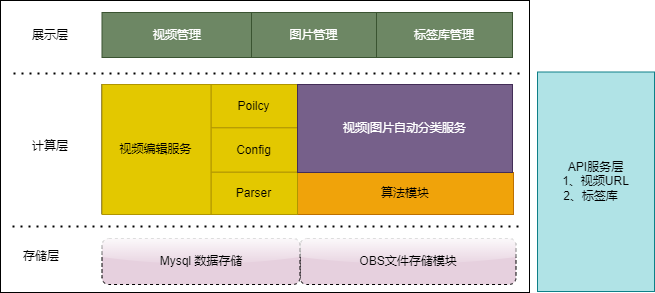
Earlier version of the draw.io export 未命名绘图.png (imtiqq/draw). Source tidied: cells renumbered, new cells last; positions are measured from the earlier drawing's top-left corner, leaving out a move shared by most shapes. Source of this version:
```xml
<mxGraphModel>
  <root>
    <mxCell id="0" />
    <mxCell id="1" parent="0" />
    <mxCell id="2" style="rounded=0;whiteSpace=wrap;html=1;" parent="1" vertex="1">
      <mxGeometry width="529" height="292" as="geometry" />
    </mxCell>
    <mxCell id="3" value="API服务层&lt;br&gt;1、视频URL&lt;br&gt;2、标签库&amp;nbsp; &amp;nbsp;" style="rounded=0;whiteSpace=wrap;html=1;fillColor=#b0e3e6;strokeColor=#0e8088;" parent="1" vertex="1">
      <mxGeometry x="537" y="71.5" width="117" height="219.5" as="geometry" />
    </mxCell>
    <mxCell id="4" value="视频管理" style="rounded=0;whiteSpace=wrap;html=1;fillColor=#6d8764;fontColor=#ffffff;strokeColor=#3A5431;" parent="1" vertex="1">
      <mxGeometry x="101.5" y="12" width="149.5" height="45" as="geometry" />
    </mxCell>
    <mxCell id="5" value="OBS文件存储模块" style="rounded=1;whiteSpace=wrap;html=1;shadow=0;glass=1;dashed=1;strokeWidth=1;fillColor=#E6D0DE;" parent="1" vertex="1">
      <mxGeometry x="299.5" y="238" width="216" height="46" as="geometry" />
    </mxCell>
    <mxCell id="6" value="图片管理" style="rounded=0;whiteSpace=wrap;html=1;fillColor=#6d8764;fontColor=#ffffff;strokeColor=#3A5431;" parent="1" vertex="1">
      <mxGeometry x="251" y="12" width="125" height="45" as="geometry" />
    </mxCell>
    <mxCell id="7" value="算法模块" style="rounded=0;whiteSpace=wrap;html=1;fillColor=#f0a30a;fontColor=#000000;strokeColor=#BD7000;" parent="1" vertex="1">
      <mxGeometry x="297" y="172" width="216" height="42" as="geometry" />
    </mxCell>
    <mxCell id="8" value="Mysql 数据存储" style="rounded=1;whiteSpace=wrap;html=1;shadow=0;glass=1;dashed=1;strokeWidth=1;fillColor=#E6D0DE;" parent="1" vertex="1">
      <mxGeometry x="101.5" y="238" width="198" height="46" as="geometry" />
    </mxCell>
    <mxCell id="9" style="group;" parent="1" vertex="1">
      <mxGeometry x="101.5" y="84" width="195.5" height="130" as="geometry" />
    </mxCell>
    <mxCell id="10" style="rounded=0;whiteSpace=wrap;html=1;" parent="9" vertex="1">
      <mxGeometry width="195.5" height="128.9" as="geometry" />
    </mxCell>
    <mxCell id="11" value="Poilcy" style="rounded=0;whiteSpace=wrap;html=1;fillColor=#e3c800;fontColor=#000000;strokeColor=#B09500;" parent="9" vertex="1">
      <mxGeometry x="109" width="86.5" height="43.3" as="geometry" />
    </mxCell>
    <mxCell id="12" value="Config" style="rounded=0;whiteSpace=wrap;html=1;fillColor=#e3c800;fontColor=#000000;strokeColor=#B09500;" parent="9" vertex="1">
      <mxGeometry x="109" y="43.3" width="86.5" height="44.4" as="geometry" />
    </mxCell>
    <mxCell id="13" value="Parser" style="rounded=0;whiteSpace=wrap;html=1;fillColor=#e3c800;fontColor=#000000;strokeColor=#B09500;" parent="9" vertex="1">
      <mxGeometry x="109" y="87.8" width="86.5" height="42.2" as="geometry" />
    </mxCell>
    <mxCell id="14" value="视频编辑服务" style="rounded=0;whiteSpace=wrap;html=1;fillColor=#e3c800;fontColor=#000000;strokeColor=#B09500;" parent="9" vertex="1">
      <mxGeometry width="109" height="130" as="geometry" />
    </mxCell>
    <mxCell id="15" value="标签库管理" style="rounded=0;whiteSpace=wrap;html=1;fillColor=#6d8764;fontColor=#ffffff;strokeColor=#3A5431;" parent="1" vertex="1">
      <mxGeometry x="376" y="12" width="136" height="45" as="geometry" />
    </mxCell>
    <mxCell id="16" value="视频|图片自动分类服务" style="rounded=0;whiteSpace=wrap;html=1;fillColor=#76608a;fontColor=#ffffff;strokeColor=#432D57;" parent="1" vertex="1">
      <mxGeometry x="297" y="84" width="215" height="88" as="geometry" />
    </mxCell>
    <mxCell id="17" style="endArrow=none;dashed=1;html=1;dashPattern=1 3;strokeWidth=2;rounded=0;" parent="1" edge="1">
      <mxGeometry relative="1" as="geometry">
        <mxPoint x="12" y="226.1" as="sourcePoint" />
        <mxPoint x="523" y="226" as="targetPoint" />
      </mxGeometry>
    </mxCell>
    <mxCell id="18" value="存储层" style="text;html=1;strokeColor=none;fillColor=none;align=center;verticalAlign=middle;whiteSpace=wrap;rounded=0;" parent="1" vertex="1">
      <mxGeometry x="11" y="241" width="60" height="30" as="geometry" />
    </mxCell>
    <mxCell id="19" style="endArrow=none;dashed=1;html=1;dashPattern=1 3;strokeWidth=2;rounded=0;" parent="1" edge="1">
      <mxGeometry relative="1" as="geometry">
        <mxPoint x="13" y="73.1" as="sourcePoint" />
        <mxPoint x="524" y="73" as="targetPoint" />
      </mxGeometry>
    </mxCell>
    <mxCell id="20" value="计算层" style="text;html=1;strokeColor=none;fillColor=none;align=center;verticalAlign=middle;whiteSpace=wrap;rounded=0;" parent="1" vertex="1">
      <mxGeometry x="20" y="131" width="60" height="30" as="geometry" />
    </mxCell>
    <mxCell id="21" value="展示层" style="text;html=1;strokeColor=none;fillColor=none;align=center;verticalAlign=middle;whiteSpace=wrap;rounded=0;" parent="1" vertex="1">
      <mxGeometry x="20" y="19.5" width="60" height="30" as="geometry" />
    </mxCell>
  </root>
</mxGraphModel>
```
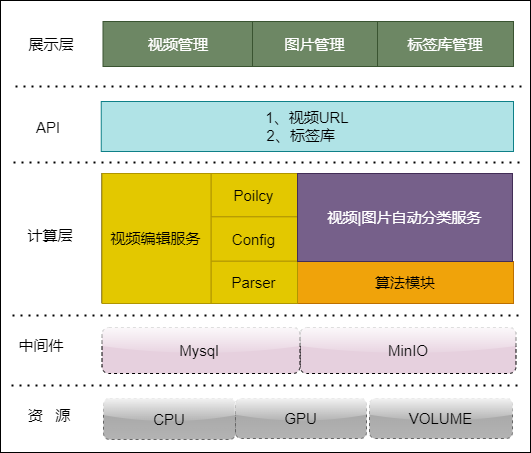
Later version of the same file.

Commit message:
视频自动化分类.png

Diff of the diagram source:
```diff
@@ -2,71 +2,98 @@
   <root>
     <mxCell id="0" />
     <mxCell id="1" parent="0" />
-    <mxCell id="2" style="rounded=0;whiteSpace=wrap;html=1;" parent="1" vertex="1">
-      <mxGeometry width="529" height="292" as="geometry" />
+    <mxCell id="2" style="rounded=0;whiteSpace=wrap;html=1;fontSize=15;" parent="1" vertex="1">
+      <mxGeometry y="-89" width="530" height="452" as="geometry" />
     </mxCell>
-    <mxCell id="3" value="API服务层&lt;br&gt;1、视频URL&lt;br&gt;2、标签库&amp;nbsp; &amp;nbsp;" style="rounded=0;whiteSpace=wrap;html=1;fillColor=#b0e3e6;strokeColor=#0e8088;" parent="1" vertex="1">
-      <mxGeometry x="537" y="71.5" width="117" height="219.5" as="geometry" />
-    </mxCell>
-    <mxCell id="4" value="视频管理" style="rounded=0;whiteSpace=wrap;html=1;fillColor=#6d8764;fontColor=#ffffff;strokeColor=#3A5431;" parent="1" vertex="1">
-      <mxGeometry x="101.5" y="12" width="149.5" height="45" as="geometry" />
+    <mxCell id="4" value="视频管理" style="rounded=0;whiteSpace=wrap;html=1;fillColor=#6d8764;fontColor=#ffffff;strokeColor=#3A5431;fontSize=15;" parent="1" vertex="1">
+      <mxGeometry x="102.5" y="-68" width="149.5" height="45" as="geometry" />
     </mxCell>
-    <mxCell id="5" value="OBS文件存储模块" style="rounded=1;whiteSpace=wrap;html=1;shadow=0;glass=1;dashed=1;strokeWidth=1;fillColor=#E6D0DE;" parent="1" vertex="1">
+    <mxCell id="5" value="MinIO" style="rounded=1;whiteSpace=wrap;html=1;shadow=0;glass=1;dashed=1;strokeWidth=1;fillColor=#E6D0DE;fontSize=15;" parent="1" vertex="1">
       <mxGeometry x="299.5" y="238" width="216" height="46" as="geometry" />
     </mxCell>
-    <mxCell id="6" value="图片管理" style="rounded=0;whiteSpace=wrap;html=1;fillColor=#6d8764;fontColor=#ffffff;strokeColor=#3A5431;" parent="1" vertex="1">
-      <mxGeometry x="251" y="12" width="125" height="45" as="geometry" />
+    <mxCell id="6" value="图片管理" style="rounded=0;whiteSpace=wrap;html=1;fillColor=#6d8764;fontColor=#ffffff;strokeColor=#3A5431;fontSize=15;" parent="1" vertex="1">
+      <mxGeometry x="252" y="-68" width="125" height="45" as="geometry" />
     </mxCell>
-    <mxCell id="7" value="算法模块" style="rounded=0;whiteSpace=wrap;html=1;fillColor=#f0a30a;fontColor=#000000;strokeColor=#BD7000;" parent="1" vertex="1">
+    <mxCell id="7" value="算法模块" style="rounded=0;whiteSpace=wrap;html=1;fillColor=#f0a30a;fontColor=#000000;strokeColor=#BD7000;fontSize=15;" parent="1" vertex="1">
       <mxGeometry x="297" y="172" width="216" height="42" as="geometry" />
     </mxCell>
-    <mxCell id="8" value="Mysql 数据存储" style="rounded=1;whiteSpace=wrap;html=1;shadow=0;glass=1;dashed=1;strokeWidth=1;fillColor=#E6D0DE;" parent="1" vertex="1">
+    <mxCell id="8" value="Mysql&amp;nbsp;" style="rounded=1;whiteSpace=wrap;html=1;shadow=0;glass=1;dashed=1;strokeWidth=1;fillColor=#E6D0DE;fontSize=15;" parent="1" vertex="1">
       <mxGeometry x="101.5" y="238" width="198" height="46" as="geometry" />
     </mxCell>
-    <mxCell id="9" style="group;" parent="1" vertex="1">
-      <mxGeometry x="101.5" y="84" width="195.5" height="130" as="geometry" />
+    <mxCell id="9" style="group;fontSize=15;" parent="1" vertex="1">
+      <mxGeometry x="101.5" y="84" width="410" height="130" as="geometry" />
     </mxCell>
-    <mxCell id="10" style="rounded=0;whiteSpace=wrap;html=1;" parent="9" vertex="1">
+    <mxCell id="10" style="rounded=0;whiteSpace=wrap;html=1;fontSize=15;" parent="9" vertex="1">
       <mxGeometry width="195.5" height="128.9" as="geometry" />
     </mxCell>
-    <mxCell id="11" value="Poilcy" style="rounded=0;whiteSpace=wrap;html=1;fillColor=#e3c800;fontColor=#000000;strokeColor=#B09500;" parent="9" vertex="1">
+    <mxCell id="11" value="Poilcy" style="rounded=0;whiteSpace=wrap;html=1;fillColor=#e3c800;fontColor=#000000;strokeColor=#B09500;fontSize=15;" parent="9" vertex="1">
       <mxGeometry x="109" width="86.5" height="43.3" as="geometry" />
     </mxCell>
-    <mxCell id="12" value="Config" style="rounded=0;whiteSpace=wrap;html=1;fillColor=#e3c800;fontColor=#000000;strokeColor=#B09500;" parent="9" vertex="1">
+    <mxCell id="12" value="Config" style="rounded=0;whiteSpace=wrap;html=1;fillColor=#e3c800;fontColor=#000000;strokeColor=#B09500;fontSize=15;" parent="9" vertex="1">
       <mxGeometry x="109" y="43.3" width="86.5" height="44.4" as="geometry" />
     </mxCell>
-    <mxCell id="13" value="Parser" style="rounded=0;whiteSpace=wrap;html=1;fillColor=#e3c800;fontColor=#000000;strokeColor=#B09500;" parent="9" vertex="1">
+    <mxCell id="13" value="Parser" style="rounded=0;whiteSpace=wrap;html=1;fillColor=#e3c800;fontColor=#000000;strokeColor=#B09500;fontSize=15;" parent="9" vertex="1">
       <mxGeometry x="109" y="87.8" width="86.5" height="42.2" as="geometry" />
     </mxCell>
-    <mxCell id="14" value="视频编辑服务" style="rounded=0;whiteSpace=wrap;html=1;fillColor=#e3c800;fontColor=#000000;strokeColor=#B09500;" parent="9" vertex="1">
+    <mxCell id="14" value="视频编辑服务" style="rounded=0;whiteSpace=wrap;html=1;fillColor=#e3c800;fontColor=#000000;strokeColor=#B09500;fontSize=15;" parent="9" vertex="1">
       <mxGeometry width="109" height="130" as="geometry" />
     </mxCell>
-    <mxCell id="15" value="标签库管理" style="rounded=0;whiteSpace=wrap;html=1;fillColor=#6d8764;fontColor=#ffffff;strokeColor=#3A5431;" parent="1" vertex="1">
-      <mxGeometry x="376" y="12" width="136" height="45" as="geometry" />
+    <mxCell id="15" value="标签库管理" style="rounded=0;whiteSpace=wrap;html=1;fillColor=#6d8764;fontColor=#ffffff;strokeColor=#3A5431;fontSize=15;" parent="1" vertex="1">
+      <mxGeometry x="377" y="-68" width="136" height="45" as="geometry" />
     </mxCell>
-    <mxCell id="16" value="视频|图片自动分类服务" style="rounded=0;whiteSpace=wrap;html=1;fillColor=#76608a;fontColor=#ffffff;strokeColor=#432D57;" parent="1" vertex="1">
+    <mxCell id="16" value="视频|图片自动分类服务" style="rounded=0;whiteSpace=wrap;html=1;fillColor=#76608a;fontColor=#ffffff;strokeColor=#432D57;fontSize=15;" parent="1" vertex="1">
       <mxGeometry x="297" y="84" width="215" height="88" as="geometry" />
     </mxCell>
-    <mxCell id="17" style="endArrow=none;dashed=1;html=1;dashPattern=1 3;strokeWidth=2;rounded=0;" parent="1" edge="1">
+    <mxCell id="17" style="endArrow=none;dashed=1;html=1;dashPattern=1 3;strokeWidth=2;rounded=0;fontSize=15;" parent="1" edge="1">
       <mxGeometry relative="1" as="geometry">
         <mxPoint x="12" y="226.1" as="sourcePoint" />
         <mxPoint x="523" y="226" as="targetPoint" />
       </mxGeometry>
     </mxCell>
-    <mxCell id="18" value="存储层" style="text;html=1;strokeColor=none;fillColor=none;align=center;verticalAlign=middle;whiteSpace=wrap;rounded=0;" parent="1" vertex="1">
+    <mxCell id="18" value="中间件" style="text;html=1;strokeColor=none;fillColor=none;align=center;verticalAlign=middle;whiteSpace=wrap;rounded=0;fontSize=15;" parent="1" vertex="1">
       <mxGeometry x="11" y="241" width="60" height="30" as="geometry" />
     </mxCell>
-    <mxCell id="19" style="endArrow=none;dashed=1;html=1;dashPattern=1 3;strokeWidth=2;rounded=0;" parent="1" edge="1">
+    <mxCell id="19" style="endArrow=none;dashed=1;html=1;dashPattern=1 3;strokeWidth=2;rounded=0;fontSize=15;" parent="1" edge="1">
       <mxGeometry relative="1" as="geometry">
         <mxPoint x="13" y="73.1" as="sourcePoint" />
         <mxPoint x="524" y="73" as="targetPoint" />
       </mxGeometry>
     </mxCell>
-    <mxCell id="20" value="计算层" style="text;html=1;strokeColor=none;fillColor=none;align=center;verticalAlign=middle;whiteSpace=wrap;rounded=0;" parent="1" vertex="1">
+    <mxCell id="20" value="计算层" style="text;html=1;strokeColor=none;fillColor=none;align=center;verticalAlign=middle;whiteSpace=wrap;rounded=0;fontSize=15;" parent="1" vertex="1">
       <mxGeometry x="20" y="131" width="60" height="30" as="geometry" />
     </mxCell>
-    <mxCell id="21" value="展示层" style="text;html=1;strokeColor=none;fillColor=none;align=center;verticalAlign=middle;whiteSpace=wrap;rounded=0;" parent="1" vertex="1">
-      <mxGeometry x="20" y="19.5" width="60" height="30" as="geometry" />
+    <mxCell id="21" value="展示层" style="text;html=1;strokeColor=none;fillColor=none;align=center;verticalAlign=middle;whiteSpace=wrap;rounded=0;fontSize=15;" parent="1" vertex="1">
+      <mxGeometry x="21" y="-60.5" width="60" height="30" as="geometry" />
     </mxCell>
+    <mxCell id="22" style="endArrow=none;dashed=1;html=1;dashPattern=1 3;strokeWidth=2;rounded=0;fontSize=15;" parent="1" edge="1">
+      <mxGeometry relative="1" as="geometry">
+        <mxPoint x="11" y="296.1" as="sourcePoint" />
+        <mxPoint x="522" y="296" as="targetPoint" />
+      </mxGeometry>
+    </mxCell>
+    <mxCell id="23" value="资&amp;nbsp; &amp;nbsp;源" style="text;html=1;strokeColor=none;fillColor=none;align=center;verticalAlign=middle;whiteSpace=wrap;rounded=0;fontSize=15;" parent="1" vertex="1">
+      <mxGeometry x="19" y="311" width="60" height="30" as="geometry" />
+    </mxCell>
+    <mxCell id="24" value="CPU" style="rounded=1;whiteSpace=wrap;html=1;shadow=0;glass=1;dashed=1;strokeWidth=1;fillColor=#A3A3A3;gradientColor=#b3b3b3;strokeColor=#666666;fontSize=15;" parent="1" vertex="1">
+      <mxGeometry x="103" y="309" width="132" height="41" as="geometry" />
+    </mxCell>
+    <mxCell id="25" value="GPU" style="rounded=1;whiteSpace=wrap;html=1;shadow=0;glass=1;dashed=1;strokeWidth=1;fillColor=#A3A3A3;gradientColor=#b3b3b3;strokeColor=#666666;fontSize=15;" parent="1" vertex="1">
+      <mxGeometry x="235" y="309" width="131" height="40" as="geometry" />
+    </mxCell>
+    <mxCell id="26" value="VOLUME" style="rounded=1;whiteSpace=wrap;html=1;shadow=0;glass=1;dashed=1;strokeWidth=1;fillColor=#A3A3A3;gradientColor=#b3b3b3;strokeColor=#666666;fontSize=15;" parent="1" vertex="1">
+      <mxGeometry x="369" y="309" width="143" height="40" as="geometry" />
+    </mxCell>
+    <mxCell id="27" style="endArrow=none;dashed=1;html=1;dashPattern=1 3;strokeWidth=2;rounded=0;fontSize=15;" parent="1" edge="1">
+      <mxGeometry relative="1" as="geometry">
+        <mxPoint x="15" y="-2.9" as="sourcePoint" />
+        <mxPoint x="526" y="-3" as="targetPoint" />
+      </mxGeometry>
+    </mxCell>
+    <mxCell id="28" value="API" style="text;html=1;strokeColor=none;fillColor=none;align=center;verticalAlign=middle;whiteSpace=wrap;rounded=0;fontSize=15;" parent="1" vertex="1">
+      <mxGeometry x="18" y="23" width="60" height="30" as="geometry" />
+    </mxCell>
+    <mxCell id="3" value="1、视频URL&lt;br style=&quot;font-size: 15px;&quot;&gt;2、标签库&amp;nbsp; &amp;nbsp;" style="rounded=0;whiteSpace=wrap;html=1;fillColor=#b0e3e6;strokeColor=#0e8088;fontSize=15;" parent="1" vertex="1">
+      <mxGeometry x="100.8" y="12" width="412.2" height="50" as="geometry" />
+    </mxCell>
   </root>
 </mxGraphModel>
```
